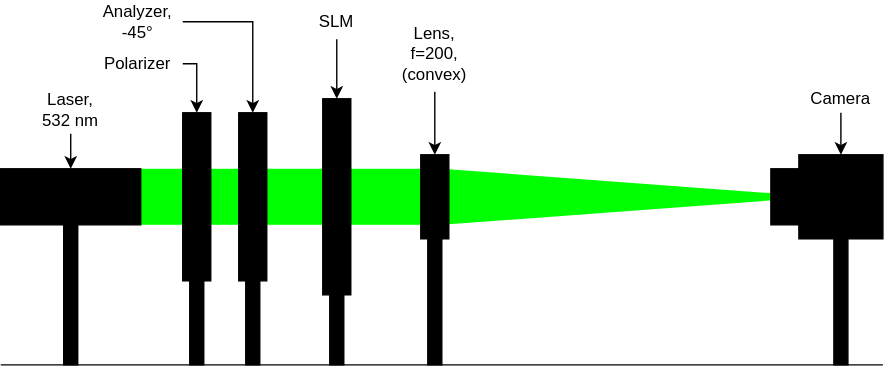
Earlier version of the draw.io export documentation/images/setup_4.svg (nbaehler/mask-designer). Source tidied: cells renumbered, new cells last; positions are measured from the earlier drawing's top-left corner, leaving out a move shared by most shapes.
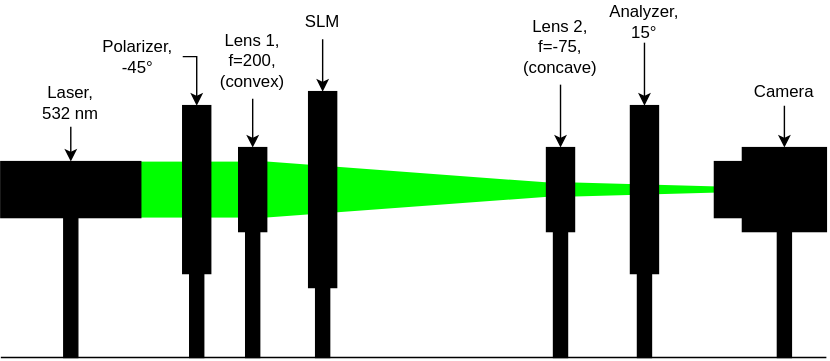
Later version of the same file.

Change to the diagram source:
```diff
@@ -2,8 +2,8 @@
   <root>
     <mxCell id="0" />
     <mxCell id="1" parent="0" />
-    <mxCell id="2" style="triangle;whiteSpace=wrap;html=1;fillColor=#00FF00;strokeColor=none;rounded=0;" parent="1" vertex="1">
-      <mxGeometry x="315" y="120" width="270" height="40" as="geometry" />
+    <mxCell id="2" style="triangle;whiteSpace=wrap;html=1;fillColor=#00FF00;strokeColor=none;" parent="1" vertex="1">
+      <mxGeometry x="190" y="120" width="270" height="40" as="geometry" />
     </mxCell>
     <mxCell id="3" style="rounded=0;whiteSpace=wrap;html=1;strokeColor=none;fillColor=#00FF00;" parent="1" vertex="1">
       <mxGeometry x="100" y="120" width="30" height="40" as="geometry" />
@@ -11,47 +11,89 @@
     <mxCell id="4" style="rounded=0;whiteSpace=wrap;html=1;strokeColor=none;fillColor=#00FF00;" parent="1" vertex="1">
       <mxGeometry x="150" y="120" width="20" height="40" as="geometry" />
     </mxCell>
-    <mxCell id="5" style="rounded=0;whiteSpace=wrap;html=1;strokeColor=none;fillColor=#00FF00;" parent="1" vertex="1">
-      <mxGeometry x="190" y="120" width="40" height="40" as="geometry" />
-    </mxCell>
-    <mxCell id="6" style="rounded=0;whiteSpace=wrap;html=1;strokeColor=none;fillColor=#00FF00;" parent="1" vertex="1">
-      <mxGeometry x="250" y="120" width="50" height="40" as="geometry" />
-    </mxCell>
+    <mxCell id="33" style="triangle;whiteSpace=wrap;html=1;fillColor=#00FF00;strokeColor=none;" parent="1" vertex="1">
+      <mxGeometry x="410" y="135" width="180" height="10" as="geometry" />
+    </mxCell>
     <mxCell id="7" style="endArrow=none;html=1;rounded=0;" parent="1" edge="1">
       <mxGeometry relative="1" as="geometry">
         <mxPoint y="260" as="sourcePoint" />
-        <mxPoint x="630" y="260" as="targetPoint" />
+        <mxPoint x="590" y="260" as="targetPoint" />
       </mxGeometry>
     </mxCell>
     <mxCell id="8" style="rounded=0;whiteSpace=wrap;html=1;fillColor=#000000;" parent="1" vertex="1">
       <mxGeometry x="45" y="160" width="10" height="100" as="geometry" />
     </mxCell>
+    <mxCell id="21" style="rounded=0;whiteSpace=wrap;html=1;fillColor=#000000;" parent="1" vertex="1">
+      <mxGeometry x="135" y="200" width="10" height="60" as="geometry" />
+    </mxCell>
+    <mxCell id="34" style="rounded=0;whiteSpace=wrap;html=1;fillColor=#000000;" parent="1" vertex="1">
+      <mxGeometry x="455" y="200" width="10" height="60" as="geometry" />
+    </mxCell>
+    <mxCell id="35" style="rounded=0;whiteSpace=wrap;html=1;fillColor=#000000;" parent="1" vertex="1">
+      <mxGeometry x="225" y="210" width="10" height="50" as="geometry" />
+    </mxCell>
     <mxCell id="9" style="rounded=0;whiteSpace=wrap;html=1;fillColor=#000000;" parent="1" vertex="1">
-      <mxGeometry x="595" y="170" width="10" height="90" as="geometry" />
+      <mxGeometry x="555" y="170" width="10" height="90" as="geometry" />
     </mxCell>
     <mxCell id="10" style="rounded=0;whiteSpace=wrap;html=1;fillColor=#000000;" parent="1" vertex="1">
-      <mxGeometry x="305" y="170" width="10" height="90" as="geometry" />
+      <mxGeometry x="175" y="170" width="10" height="90" as="geometry" />
     </mxCell>
+    <mxCell id="36" style="rounded=0;whiteSpace=wrap;html=1;fillColor=#000000;" parent="1" vertex="1">
+      <mxGeometry x="395" y="170" width="10" height="90" as="geometry" />
+    </mxCell>
+    <mxCell id="37" style="edgeStyle=orthogonalEdgeStyle;rounded=0;jettySize=auto;html=1;exitX=1;exitY=0.5;exitDx=0;exitDy=0;entryX=0.5;entryY=0;entryDx=0;entryDy=0;" parent="1" edge="1" source="38" target="27">
+      <mxGeometry relative="1" as="geometry" />
+    </mxCell>
+    <mxCell id="38" value="Polarizer,&lt;br&gt;-45°" style="text;html=1;strokeColor=none;fillColor=none;align=center;verticalAlign=middle;whiteSpace=wrap;rounded=0;" parent="1" vertex="1">
+      <mxGeometry x="66" y="30" width="64" height="30" as="geometry" />
+    </mxCell>
     <mxCell id="11" style="edgeStyle=orthogonalEdgeStyle;rounded=0;jettySize=auto;html=1;exitX=0.5;exitY=1;exitDx=0;exitDy=0;entryX=0.5;entryY=0;entryDx=0;entryDy=0;" parent="1" edge="1" source="12" target="18">
       <mxGeometry relative="1" as="geometry" />
     </mxCell>
     <mxCell id="12" value="&lt;div&gt;Laser,&lt;/div&gt;&lt;div&gt;532 nm&lt;/div&gt;" style="text;html=1;strokeColor=none;fillColor=none;align=center;verticalAlign=middle;whiteSpace=wrap;rounded=0;" parent="1" vertex="1">
       <mxGeometry x="20" y="60" width="60" height="35" as="geometry" />
     </mxCell>
+    <mxCell id="39" style="edgeStyle=orthogonalEdgeStyle;rounded=0;jettySize=auto;html=1;exitX=0.5;exitY=1;exitDx=0;exitDy=0;" parent="1" edge="1" source="31" target="45">
+      <mxGeometry relative="1" as="geometry" />
+    </mxCell>
+    <mxCell id="31" value="SLM" style="text;html=1;strokeColor=none;fillColor=none;align=center;verticalAlign=middle;whiteSpace=wrap;rounded=0;" parent="1" vertex="1">
+      <mxGeometry x="200" y="7.5" width="60" height="25" as="geometry" />
+    </mxCell>
-    <mxCell id="13" style="edgeStyle=none;html=1;rounded=0;" parent="1" edge="1" source="14" target="15">
+    <mxCell id="13" style="edgeStyle=orthogonalEdgeStyle;rounded=0;jettySize=auto;html=1;exitX=0.5;exitY=1;exitDx=0;exitDy=0;" parent="1" edge="1" source="14" target="15">
       <mxGeometry relative="1" as="geometry" />
     </mxCell>
-    <mxCell id="14" value="&lt;div&gt;Lens,&lt;/div&gt;&lt;div&gt;f=200,&lt;br&gt;&lt;/div&gt;&lt;div&gt;(convex)&lt;br&gt;&lt;/div&gt;" style="text;html=1;strokeColor=none;fillColor=none;align=center;verticalAlign=middle;whiteSpace=wrap;rounded=0;" parent="1" vertex="1">
-      <mxGeometry x="280" y="10" width="60" height="55" as="geometry" />
+    <mxCell id="14" value="&lt;div&gt;Lens 1,&lt;/div&gt;&lt;div&gt;f=200,&lt;br&gt;&lt;/div&gt;&lt;div&gt;(convex)&lt;br&gt;&lt;/div&gt;" style="text;html=1;strokeColor=none;fillColor=none;align=center;verticalAlign=middle;whiteSpace=wrap;rounded=0;" parent="1" vertex="1">
+      <mxGeometry x="150" y="20" width="60" height="55" as="geometry" />
     </mxCell>
+    <mxCell id="40" style="edgeStyle=none;html=1;" parent="1" edge="1" source="41" target="44">
+      <mxGeometry relative="1" as="geometry" />
+    </mxCell>
+    <mxCell id="41" value="Analyzer,&lt;br&gt;15°" style="text;html=1;strokeColor=none;fillColor=none;align=center;verticalAlign=middle;whiteSpace=wrap;rounded=0;" parent="1" vertex="1">
+      <mxGeometry x="428" y="5" width="64" height="30" as="geometry" />
+    </mxCell>
+    <mxCell id="42" style="edgeStyle=orthogonalEdgeStyle;rounded=0;jettySize=auto;html=1;exitX=0.5;exitY=1;exitDx=0;exitDy=0;entryX=0.5;entryY=0;entryDx=0;entryDy=0;" parent="1" edge="1" source="43" target="46">
+      <mxGeometry relative="1" as="geometry" />
+    </mxCell>
+    <mxCell id="43" value="&lt;div&gt;Lens 2,&lt;/div&gt;&lt;div&gt;f=-75,&lt;br&gt;&lt;/div&gt;&lt;div&gt;(concave)&lt;/div&gt;" style="text;html=1;strokeColor=none;fillColor=none;align=center;verticalAlign=middle;whiteSpace=wrap;rounded=0;" parent="1" vertex="1">
+      <mxGeometry x="370" y="10" width="60" height="55" as="geometry" />
+    </mxCell>
+    <mxCell id="27" style="rounded=0;whiteSpace=wrap;html=1;fillColor=#000000;" parent="1" vertex="1">
+      <mxGeometry x="130" y="80" width="20" height="120" as="geometry" />
+    </mxCell>
+    <mxCell id="44" style="rounded=0;whiteSpace=wrap;html=1;fillColor=#000000;" parent="1" vertex="1">
+      <mxGeometry x="450" y="80" width="20" height="120" as="geometry" />
+    </mxCell>
+    <mxCell id="45" style="rounded=0;whiteSpace=wrap;html=1;fillColor=#000000;" parent="1" vertex="1">
+      <mxGeometry x="220" y="70" width="20" height="140" as="geometry" />
+    </mxCell>
     <mxCell id="15" style="rounded=0;whiteSpace=wrap;html=1;fillColor=#000000;" parent="1" vertex="1">
-      <mxGeometry x="300" y="110" width="20" height="60" as="geometry" />
+      <mxGeometry x="170" y="110" width="20" height="60" as="geometry" />
     </mxCell>
     <mxCell id="16" style="rounded=0;whiteSpace=wrap;html=1;fillColor=#000000;" parent="1" vertex="1">
-      <mxGeometry x="550" y="120" width="20" height="40" as="geometry" />
+      <mxGeometry x="510" y="120" width="20" height="40" as="geometry" />
     </mxCell>
     <mxCell id="17" style="rounded=0;whiteSpace=wrap;html=1;fillColor=#000000;" parent="1" vertex="1">
-      <mxGeometry x="570" y="110" width="60" height="60" as="geometry" />
+      <mxGeometry x="530" y="110" width="60" height="60" as="geometry" />
     </mxCell>
     <mxCell id="18" style="rounded=0;whiteSpace=wrap;html=1;fillColor=#000000;" parent="1" vertex="1">
       <mxGeometry y="120" width="100" height="40" as="geometry" />
@@ -60,43 +102,10 @@
       <mxGeometry relative="1" as="geometry" />
     </mxCell>
     <mxCell id="20" value="Camera" style="text;html=1;strokeColor=none;fillColor=none;align=center;verticalAlign=middle;whiteSpace=wrap;rounded=0;" parent="1" vertex="1">
-      <mxGeometry x="570" y="60" width="60" height="20" as="geometry" />
+      <mxGeometry x="530" y="60" width="60" height="20" as="geometry" />
     </mxCell>
-    <mxCell id="21" style="rounded=0;whiteSpace=wrap;html=1;fillColor=#000000;" parent="1" vertex="1">
-      <mxGeometry x="135" y="200" width="10" height="60" as="geometry" />
-    </mxCell>
-    <mxCell id="22" style="rounded=0;whiteSpace=wrap;html=1;fillColor=#000000;" parent="1" vertex="1">
-      <mxGeometry x="175" y="200" width="10" height="60" as="geometry" />
-    </mxCell>
-    <mxCell id="23" style="edgeStyle=orthogonalEdgeStyle;rounded=0;jettySize=auto;html=1;exitX=1;exitY=0.5;exitDx=0;exitDy=0;entryX=0.5;entryY=0;entryDx=0;entryDy=0;" parent="1" edge="1" source="24" target="27">
-      <mxGeometry relative="1" as="geometry" />
-    </mxCell>
-    <mxCell id="24" value="Polarizer" style="text;html=1;strokeColor=none;fillColor=none;align=center;verticalAlign=middle;whiteSpace=wrap;rounded=0;" parent="1" vertex="1">
-      <mxGeometry x="66" y="30" width="64" height="30" as="geometry" />
-    </mxCell>
-    <mxCell id="25" style="edgeStyle=orthogonalEdgeStyle;rounded=0;jettySize=auto;html=1;exitX=1;exitY=0.5;exitDx=0;exitDy=0;entryX=0.5;entryY=0;entryDx=0;entryDy=0;" parent="1" edge="1" source="26" target="28">
-      <mxGeometry relative="1" as="geometry" />
-    </mxCell>
-    <mxCell id="26" value="Analyzer,&lt;br&gt;-45°" style="text;html=1;strokeColor=none;fillColor=none;align=center;verticalAlign=middle;whiteSpace=wrap;rounded=0;" parent="1" vertex="1">
-      <mxGeometry x="66" width="64" height="30" as="geometry" />
-    </mxCell>
-    <mxCell id="27" style="rounded=0;whiteSpace=wrap;html=1;fillColor=#000000;" parent="1" vertex="1">
-      <mxGeometry x="130" y="80" width="20" height="120" as="geometry" />
-    </mxCell>
-    <mxCell id="28" style="rounded=0;whiteSpace=wrap;html=1;fillColor=#000000;" parent="1" vertex="1">
-      <mxGeometry x="170" y="80" width="20" height="120" as="geometry" />
-    </mxCell>
-    <mxCell id="29" style="rounded=0;whiteSpace=wrap;html=1;fillColor=#000000;" parent="1" vertex="1">
-      <mxGeometry x="235" y="210" width="10" height="50" as="geometry" />
-    </mxCell>
-    <mxCell id="30" style="edgeStyle=orthogonalEdgeStyle;rounded=0;jettySize=auto;html=1;exitX=0.5;exitY=1;exitDx=0;exitDy=0;" parent="1" edge="1" source="31" target="32">
-      <mxGeometry relative="1" as="geometry" />
-    </mxCell>
-    <mxCell id="31" value="SLM" style="text;html=1;strokeColor=none;fillColor=none;align=center;verticalAlign=middle;whiteSpace=wrap;rounded=0;" parent="1" vertex="1">
-      <mxGeometry x="210" y="2.5" width="60" height="25" as="geometry" />
-    </mxCell>
-    <mxCell id="32" style="rounded=0;whiteSpace=wrap;html=1;fillColor=#000000;" parent="1" vertex="1">
-      <mxGeometry x="230" y="70" width="20" height="140" as="geometry" />
-    </mxCell>
+    <mxCell id="46" style="rounded=0;whiteSpace=wrap;html=1;fillColor=#000000;fillOpacity=100;" parent="1" vertex="1">
+      <mxGeometry x="390" y="110" width="20" height="60" as="geometry" />
+    </mxCell>
   </root>
 </mxGraphModel>
```
